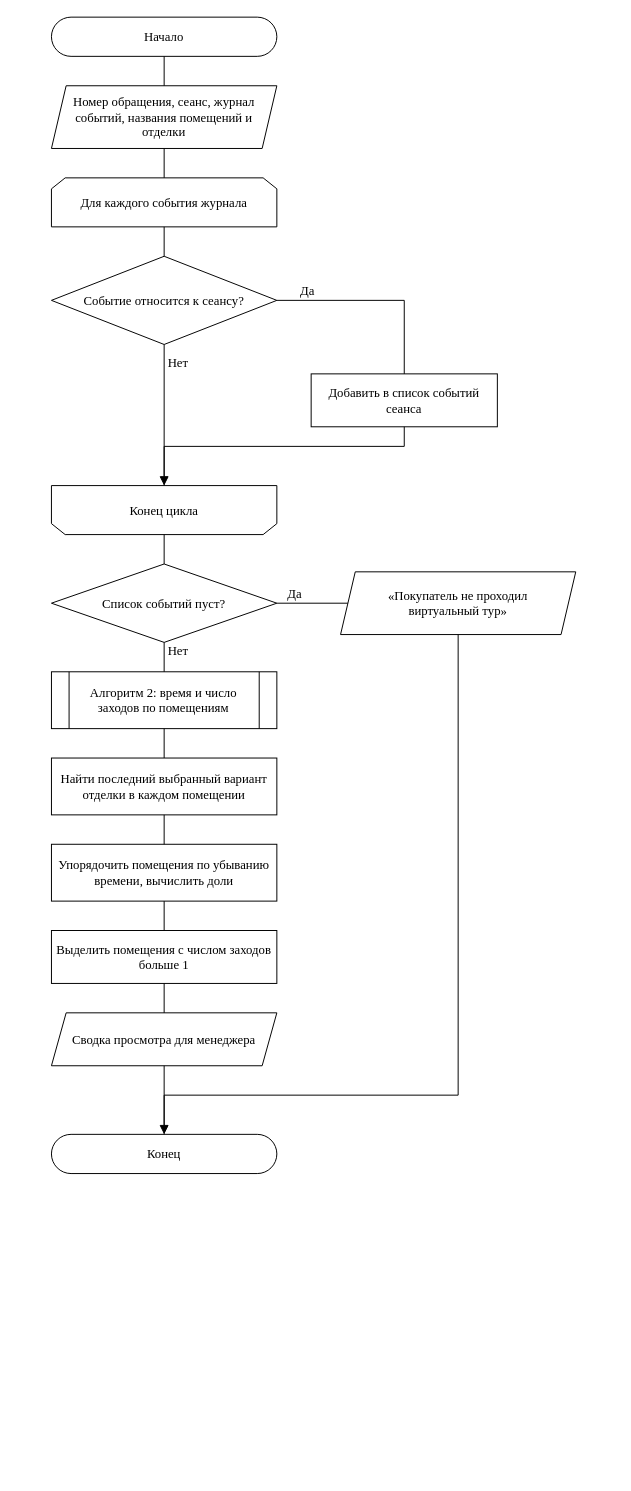
Before: docs/diagrams/algorithm_3.drawio in kiraefrem0va/real-estate-virtual-tour, a draw.io diagram. Source tidied: cells renumbered, new cells numbered last; positions are measured from the earlier drawing's top-left corner, leaving out a move shared by most shapes. Both pictures are drawn from the tidied source at 98%, with x=0, y=0 at pixel (51, 17).
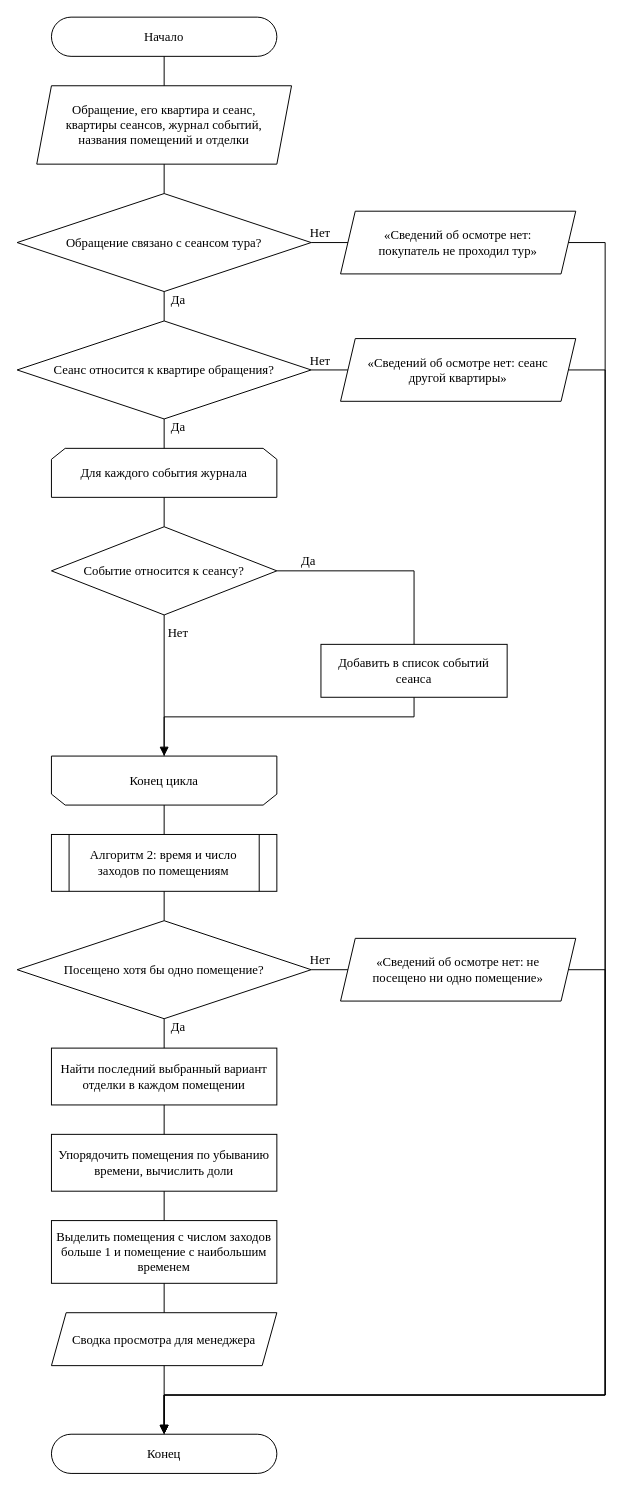
The same page after the edit.

What changed in the source:
```diff
@@
-    <mxCell id="3" value="Номер обращения, сеанс, журнал событий, названия помещений и отделки" style="shape=parallelogram;perimeter=parallelogramPerimeter;fixedSize=1;size=15;spacingLeft=16;spacingRight=16;whiteSpace=wrap;html=1;fillColor=#ffffff;strokeColor=#000000;fontFamily=Times New Roman;fontSize=13;fontColor=#000000;" parent="1" vertex="1">
-      <mxGeometry y="70" width="230" height="64" as="geometry" />
+    <mxCell id="3" value="Обращение, его квартира и сеанс, квартиры сеансов, журнал событий, названия помещений и отделки" style="shape=parallelogram;perimeter=parallelogramPerimeter;fixedSize=1;size=15;spacingLeft=16;spacingRight=16;whiteSpace=wrap;html=1;fillColor=#ffffff;strokeColor=#000000;fontFamily=Times New Roman;fontSize=13;fontColor=#000000;" parent="1" vertex="1">
+      <mxGeometry x="-15" y="70" width="260" height="80" as="geometry" />
     </mxCell>
+    <mxCell id="31" value="Обращение связано с сеансом тура?" style="rhombus;whiteSpace=wrap;html=1;fillColor=#ffffff;strokeColor=#000000;fontFamily=Times New Roman;fontSize=13;fontColor=#000000;" parent="1" vertex="1">
+      <mxGeometry x="-35" y="180" width="300" height="100" as="geometry" />
+    </mxCell>
+    <mxCell id="32" value="Сеанс относится к квартире обращения?" style="rhombus;whiteSpace=wrap;html=1;fillColor=#ffffff;strokeColor=#000000;fontFamily=Times New Roman;fontSize=13;fontColor=#000000;" parent="1" vertex="1">
+      <mxGeometry x="-35" y="310" width="300" height="100" as="geometry" />
+    </mxCell>
     <mxCell id="4" value="Для каждого события журнала" style="shape=loopLimit;size=14;whiteSpace=wrap;html=1;fillColor=#ffffff;strokeColor=#000000;fontFamily=Times New Roman;fontSize=13;fontColor=#000000;" parent="1" vertex="1">
-      <mxGeometry y="164" width="230" height="50" as="geometry" />
+      <mxGeometry y="440" width="230" height="50" as="geometry" />
     </mxCell>
     <mxCell id="5" value="Событие относится к сеансу?" style="rhombus;whiteSpace=wrap;html=1;fillColor=#ffffff;strokeColor=#000000;fontFamily=Times New Roman;fontSize=13;fontColor=#000000;" parent="1" vertex="1">
-      <mxGeometry y="244" width="230" height="90" as="geometry" />
+      <mxGeometry y="520" width="230" height="90" as="geometry" />
     </mxCell>
     <mxCell id="6" value="Добавить в список событий сеанса" style="rounded=0;whiteSpace=wrap;html=1;fillColor=#ffffff;strokeColor=#000000;fontFamily=Times New Roman;fontSize=13;fontColor=#000000;" parent="1" vertex="1">
-      <mxGeometry x="265" y="364" width="190" height="54" as="geometry" />
+      <mxGeometry x="275" y="640" width="190" height="54" as="geometry" />
     </mxCell>
     <mxCell id="7" value="Конец цикла" style="shape=loopLimit;size=14;flipV=1;whiteSpace=wrap;html=1;fillColor=#ffffff;strokeColor=#000000;fontFamily=Times New Roman;fontSize=13;fontColor=#000000;" parent="1" vertex="1">
-      <mxGeometry y="478" width="230" height="50" as="geometry" />
+      <mxGeometry y="754" width="230" height="50" as="geometry" />
     </mxCell>
+    <mxCell id="9" value="Алгоритм 2: время и число заходов по помещениям" style="shape=process;size=0.08;whiteSpace=wrap;html=1;fillColor=#ffffff;strokeColor=#000000;fontFamily=Times New Roman;fontSize=13;fontColor=#000000;" parent="1" vertex="1">
+      <mxGeometry y="834" width="230" height="58" as="geometry" />
+    </mxCell>
-    <mxCell id="8" value="Список событий пуст?" style="rhombus;whiteSpace=wrap;html=1;fillColor=#ffffff;strokeColor=#000000;fontFamily=Times New Roman;fontSize=13;fontColor=#000000;" parent="1" vertex="1">
-      <mxGeometry y="558" width="230" height="80" as="geometry" />
+    <mxCell id="8" value="Посещено хотя бы одно помещение?" style="rhombus;whiteSpace=wrap;html=1;fillColor=#ffffff;strokeColor=#000000;fontFamily=Times New Roman;fontSize=13;fontColor=#000000;" parent="1" vertex="1">
+      <mxGeometry x="-35" y="922" width="300" height="100" as="geometry" />
     </mxCell>
-    <mxCell id="9" value="Алгоритм 2: время и число заходов по помещениям" style="shape=process;size=0.08;whiteSpace=wrap;html=1;fillColor=#ffffff;strokeColor=#000000;fontFamily=Times New Roman;fontSize=13;fontColor=#000000;" parent="1" vertex="1">
-      <mxGeometry y="668" width="230" height="58" as="geometry" />
-    </mxCell>
     <mxCell id="10" value="Найти последний выбранный вариант отделки в каждом помещении" style="rounded=0;whiteSpace=wrap;html=1;fillColor=#ffffff;strokeColor=#000000;fontFamily=Times New Roman;fontSize=13;fontColor=#000000;" parent="1" vertex="1">
-      <mxGeometry y="756" width="230" height="58" as="geometry" />
+      <mxGeometry y="1052" width="230" height="58" as="geometry" />
     </mxCell>
     <mxCell id="11" value="Упорядочить помещения по убыванию времени, вычислить доли" style="rounded=0;whiteSpace=wrap;html=1;fillColor=#ffffff;strokeColor=#000000;fontFamily=Times New Roman;fontSize=13;fontColor=#000000;" parent="1" vertex="1">
-      <mxGeometry y="844" width="230" height="58" as="geometry" />
+      <mxGeometry y="1140" width="230" height="58" as="geometry" />
     </mxCell>
-    <mxCell id="12" value="Выделить помещения с числом заходов больше 1" style="rounded=0;whiteSpace=wrap;html=1;fillColor=#ffffff;strokeColor=#000000;fontFamily=Times New Roman;fontSize=13;fontColor=#000000;" parent="1" vertex="1">
-      <mxGeometry y="932" width="230" height="54" as="geometry" />
+    <mxCell id="12" value="Выделить помещения с числом заходов больше 1 и помещение с наибольшим временем" style="rounded=0;whiteSpace=wrap;html=1;fillColor=#ffffff;strokeColor=#000000;fontFamily=Times New Roman;fontSize=13;fontColor=#000000;" parent="1" vertex="1">
+      <mxGeometry y="1228" width="230" height="64" as="geometry" />
     </mxCell>
     <mxCell id="13" value="Сводка просмотра для менеджера" style="shape=parallelogram;perimeter=parallelogramPerimeter;fixedSize=1;size=15;spacingLeft=16;spacingRight=16;whiteSpace=wrap;html=1;fillColor=#ffffff;strokeColor=#000000;fontFamily=Times New Roman;fontSize=13;fontColor=#000000;" parent="1" vertex="1">
-      <mxGeometry y="1016" width="230" height="54" as="geometry" />
+      <mxGeometry y="1322" width="230" height="54" as="geometry" />
     </mxCell>
     <mxCell id="14" value="Конец" style="rounded=1;arcSize=50;whiteSpace=wrap;html=1;fillColor=#ffffff;strokeColor=#000000;fontFamily=Times New Roman;fontSize=13;fontColor=#000000;" parent="1" vertex="1">
-      <mxGeometry y="1140" width="230" height="40" as="geometry" />
+      <mxGeometry y="1446" width="230" height="40" as="geometry" />
     </mxCell>
-    <mxCell id="15" value="«Покупатель не проходил виртуальный тур»" style="shape=parallelogram;perimeter=parallelogramPerimeter;fixedSize=1;size=15;spacingLeft=16;spacingRight=16;whiteSpace=wrap;html=1;fillColor=#ffffff;strokeColor=#000000;fontFamily=Times New Roman;fontSize=13;fontColor=#000000;" parent="1" vertex="1">
-      <mxGeometry x="295" y="566" width="240" height="64" as="geometry" />
-    </mxCell>
+    <mxCell id="33" value="«Сведений об осмотре нет: покупатель не проходил тур»" style="shape=parallelogram;perimeter=parallelogramPerimeter;fixedSize=1;size=15;spacingLeft=16;spacingRight=16;whiteSpace=wrap;html=1;fillColor=#ffffff;strokeColor=#000000;fontFamily=Times New Roman;fontSize=13;fontColor=#000000;" parent="1" vertex="1">
+      <mxGeometry x="295" y="198" width="240" height="64" as="geometry" />
+    </mxCell>
+    <mxCell id="34" value="«Сведений об осмотре нет: сеанс другой квартиры»" style="shape=parallelogram;perimeter=parallelogramPerimeter;fixedSize=1;size=15;spacingLeft=16;spacingRight=16;whiteSpace=wrap;html=1;fillColor=#ffffff;strokeColor=#000000;fontFamily=Times New Roman;fontSize=13;fontColor=#000000;" parent="1" vertex="1">
+      <mxGeometry x="295" y="328" width="240" height="64" as="geometry" />
+    </mxCell>
+    <mxCell id="35" value="«Сведений об осмотре нет: не посещено ни одно помещение»" style="shape=parallelogram;perimeter=parallelogramPerimeter;fixedSize=1;size=15;spacingLeft=16;spacingRight=16;whiteSpace=wrap;html=1;fillColor=#ffffff;strokeColor=#000000;fontFamily=Times New Roman;fontSize=13;fontColor=#000000;" parent="1" vertex="1">
+      <mxGeometry x="295" y="940" width="240" height="64" as="geometry" />
+    </mxCell>
@@
-    <mxCell id="17" style="edgeStyle=none;rounded=0;html=1;strokeColor=#000000;fontFamily=Times New Roman;fontSize=13;fontColor=#000000;endArrow=none;" parent="1" edge="1" source="3" target="4">
+    <mxCell id="17" style="edgeStyle=none;rounded=0;html=1;strokeColor=#000000;fontFamily=Times New Roman;fontSize=13;fontColor=#000000;endArrow=none;" parent="1" edge="1" source="3" target="31">
       <mxGeometry relative="1" as="geometry" />
     </mxCell>
+    <mxCell id="36" value="Да" style="edgeStyle=none;rounded=0;html=1;strokeColor=#000000;fontFamily=Times New Roman;fontSize=13;fontColor=#000000;endArrow=none;" parent="1" edge="1" source="31" target="32">
+      <mxGeometry x="-0.5" relative="1" as="geometry">
+        <mxPoint x="14" as="offset" />
+      </mxGeometry>
+    </mxCell>
+    <mxCell id="37" value="Нет" style="edgeStyle=none;rounded=0;html=1;strokeColor=#000000;fontFamily=Times New Roman;fontSize=13;fontColor=#000000;endArrow=none;" parent="1" edge="1" source="31" target="33">
+      <mxGeometry x="-0.5" relative="1" as="geometry">
+        <mxPoint y="-10" as="offset" />
+      </mxGeometry>
+    </mxCell>
+    <mxCell id="38" value="Да" style="edgeStyle=none;rounded=0;html=1;strokeColor=#000000;fontFamily=Times New Roman;fontSize=13;fontColor=#000000;endArrow=none;" parent="1" edge="1" source="32" target="4">
+      <mxGeometry x="-0.5" relative="1" as="geometry">
+        <mxPoint x="14" as="offset" />
+      </mxGeometry>
+    </mxCell>
+    <mxCell id="39" value="Нет" style="edgeStyle=none;rounded=0;html=1;strokeColor=#000000;fontFamily=Times New Roman;fontSize=13;fontColor=#000000;endArrow=none;" parent="1" edge="1" source="32" target="34">
+      <mxGeometry x="-0.5" relative="1" as="geometry">
+        <mxPoint y="-10" as="offset" />
+      </mxGeometry>
+    </mxCell>
@@
     <mxCell id="19" value="Да" style="edgeStyle=none;rounded=0;html=1;strokeColor=#000000;fontFamily=Times New Roman;fontSize=13;fontColor=#000000;endArrow=none;" parent="1" edge="1" source="5" target="6">
       <mxGeometry x="-0.7" relative="1" as="geometry">
         <Array as="points">
-          <mxPoint x="360" y="289" />
+          <mxPoint x="370" y="565" />
         </Array>
         <mxPoint y="-10" as="offset" />
       </mxGeometry>
     </mxCell>
@@
     <mxCell id="21" style="edgeStyle=none;rounded=0;html=1;strokeColor=#000000;fontFamily=Times New Roman;fontSize=13;fontColor=#000000;endArrow=block;endFill=1;endSize=7;" parent="1" edge="1" source="6" target="7">
       <mxGeometry relative="1" as="geometry">
         <Array as="points">
-          <mxPoint x="360" y="438" />
-          <mxPoint x="115" y="438" />
+          <mxPoint x="370" y="714" />
+          <mxPoint x="115" y="714" />
         </Array>
       </mxGeometry>
     </mxCell>
-    <mxCell id="22" style="edgeStyle=none;rounded=0;html=1;strokeColor=#000000;fontFamily=Times New Roman;fontSize=13;fontColor=#000000;endArrow=none;" parent="1" edge="1" source="7" target="8">
+    <mxCell id="22" style="edgeStyle=none;rounded=0;html=1;strokeColor=#000000;fontFamily=Times New Roman;fontSize=13;fontColor=#000000;endArrow=none;" parent="1" edge="1" source="7" target="9">
       <mxGeometry relative="1" as="geometry" />
     </mxCell>
+    <mxCell id="40" style="edgeStyle=none;rounded=0;html=1;strokeColor=#000000;fontFamily=Times New Roman;fontSize=13;fontColor=#000000;endArrow=none;" parent="1" edge="1" source="9" target="8">
+      <mxGeometry relative="1" as="geometry" />
+    </mxCell>
-    <mxCell id="23" value="Нет" style="edgeStyle=none;rounded=0;html=1;strokeColor=#000000;fontFamily=Times New Roman;fontSize=13;fontColor=#000000;endArrow=none;" parent="1" edge="1" source="8" target="9">
+    <mxCell id="23" value="Да" style="edgeStyle=none;rounded=0;html=1;strokeColor=#000000;fontFamily=Times New Roman;fontSize=13;fontColor=#000000;endArrow=none;" parent="1" edge="1" source="8" target="10">
       <mxGeometry x="-0.5" relative="1" as="geometry">
         <mxPoint x="14" as="offset" />
       </mxGeometry>
     </mxCell>
-    <mxCell id="24" value="Да" style="edgeStyle=none;rounded=0;html=1;strokeColor=#000000;fontFamily=Times New Roman;fontSize=13;fontColor=#000000;endArrow=none;" parent="1" edge="1" source="8" target="15">
+    <mxCell id="24" value="Нет" style="edgeStyle=none;rounded=0;html=1;strokeColor=#000000;fontFamily=Times New Roman;fontSize=13;fontColor=#000000;endArrow=none;" parent="1" edge="1" source="8" target="35">
       <mxGeometry x="-0.5" relative="1" as="geometry">
         <mxPoint y="-10" as="offset" />
       </mxGeometry>
     </mxCell>
-    <mxCell id="25" style="edgeStyle=none;rounded=0;html=1;strokeColor=#000000;fontFamily=Times New Roman;fontSize=13;fontColor=#000000;endArrow=none;" parent="1" edge="1" source="9" target="10">
+    <mxCell id="25" style="edgeStyle=none;rounded=0;html=1;strokeColor=#000000;fontFamily=Times New Roman;fontSize=13;fontColor=#000000;endArrow=none;" parent="1" edge="1" source="10" target="11">
       <mxGeometry relative="1" as="geometry" />
     </mxCell>
-    <mxCell id="26" style="edgeStyle=none;rounded=0;html=1;strokeColor=#000000;fontFamily=Times New Roman;fontSize=13;fontColor=#000000;endArrow=none;" parent="1" edge="1" source="10" target="11">
+    <mxCell id="26" style="edgeStyle=none;rounded=0;html=1;strokeColor=#000000;fontFamily=Times New Roman;fontSize=13;fontColor=#000000;endArrow=none;" parent="1" edge="1" source="11" target="12">
       <mxGeometry relative="1" as="geometry" />
     </mxCell>
-    <mxCell id="27" style="edgeStyle=none;rounded=0;html=1;strokeColor=#000000;fontFamily=Times New Roman;fontSize=13;fontColor=#000000;endArrow=none;" parent="1" edge="1" source="11" target="12">
+    <mxCell id="27" style="edgeStyle=none;rounded=0;html=1;strokeColor=#000000;fontFamily=Times New Roman;fontSize=13;fontColor=#000000;endArrow=none;" parent="1" edge="1" source="12" target="13">
       <mxGeometry relative="1" as="geometry" />
     </mxCell>
-    <mxCell id="28" style="edgeStyle=none;rounded=0;html=1;strokeColor=#000000;fontFamily=Times New Roman;fontSize=13;fontColor=#000000;endArrow=none;" parent="1" edge="1" source="12" target="13">
+    <mxCell id="28" style="edgeStyle=none;rounded=0;html=1;strokeColor=#000000;fontFamily=Times New Roman;fontSize=13;fontColor=#000000;endArrow=none;" parent="1" edge="1" source="13" target="14">
       <mxGeometry relative="1" as="geometry" />
     </mxCell>
-    <mxCell id="29" style="edgeStyle=none;rounded=0;html=1;strokeColor=#000000;fontFamily=Times New Roman;fontSize=13;fontColor=#000000;endArrow=none;" parent="1" edge="1" source="13" target="14">
-      <mxGeometry relative="1" as="geometry" />
-    </mxCell>
-    <mxCell id="30" style="edgeStyle=none;rounded=0;html=1;strokeColor=#000000;fontFamily=Times New Roman;fontSize=13;fontColor=#000000;endArrow=block;endFill=1;endSize=7;" parent="1" edge="1" source="15" target="14">
-      <mxGeometry relative="1" as="geometry">
-        <Array as="points">
-          <mxPoint x="415" y="1100" />
-          <mxPoint x="115" y="1100" />
-        </Array>
-      </mxGeometry>
-    </mxCell>
+    <mxCell id="41" style="edgeStyle=none;rounded=0;html=1;strokeColor=#000000;fontFamily=Times New Roman;fontSize=13;fontColor=#000000;endArrow=block;endFill=1;endSize=7;" parent="1" edge="1" source="33" target="14">
+      <mxGeometry relative="1" as="geometry">
+        <Array as="points">
+          <mxPoint x="565" y="230" />
+          <mxPoint x="565" y="1406" />
+          <mxPoint x="115" y="1406" />
+        </Array>
+      </mxGeometry>
+    </mxCell>
+    <mxCell id="42" style="edgeStyle=none;rounded=0;html=1;strokeColor=#000000;fontFamily=Times New Roman;fontSize=13;fontColor=#000000;endArrow=block;endFill=1;endSize=7;" parent="1" edge="1" source="34" target="14">
+      <mxGeometry relative="1" as="geometry">
+        <Array as="points">
+          <mxPoint x="565" y="360" />
+          <mxPoint x="565" y="1406" />
+          <mxPoint x="115" y="1406" />
+        </Array>
+      </mxGeometry>
+    </mxCell>
+    <mxCell id="43" style="edgeStyle=none;rounded=0;html=1;strokeColor=#000000;fontFamily=Times New Roman;fontSize=13;fontColor=#000000;endArrow=block;endFill=1;endSize=7;" parent="1" edge="1" source="35" target="14">
+      <mxGeometry relative="1" as="geometry">
+        <Array as="points">
+          <mxPoint x="565" y="972" />
+          <mxPoint x="565" y="1406" />
+          <mxPoint x="115" y="1406" />
+        </Array>
+      </mxGeometry>
+    </mxCell>
```
